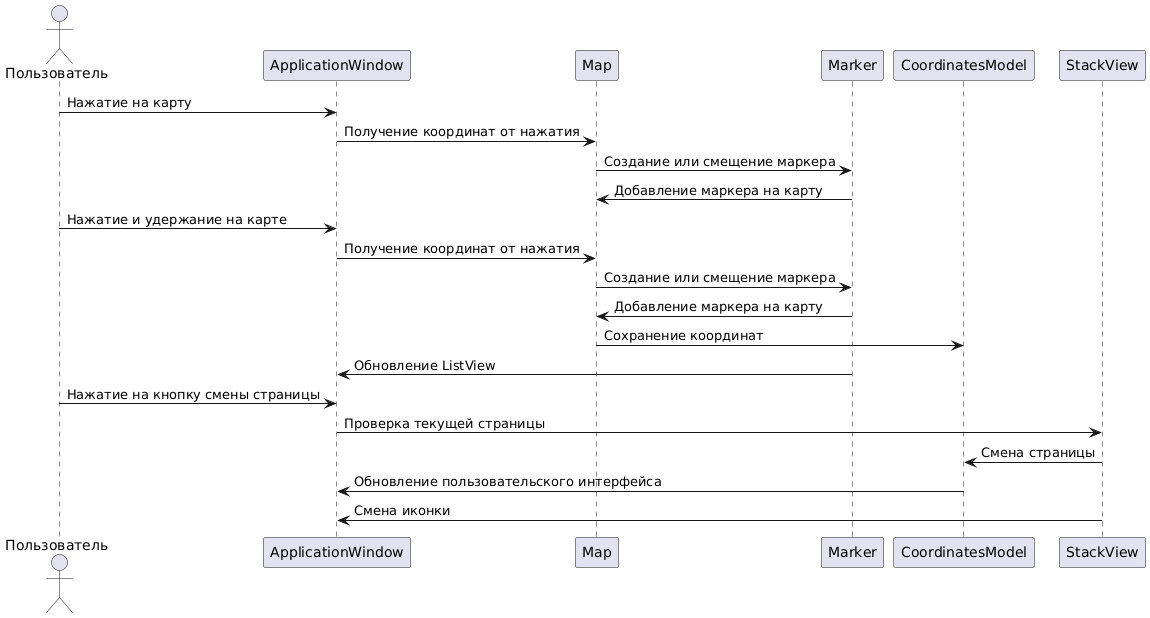
Earlier version of the PlantUML export diagrams/lab3.png (cyhed/Qt-Quick).
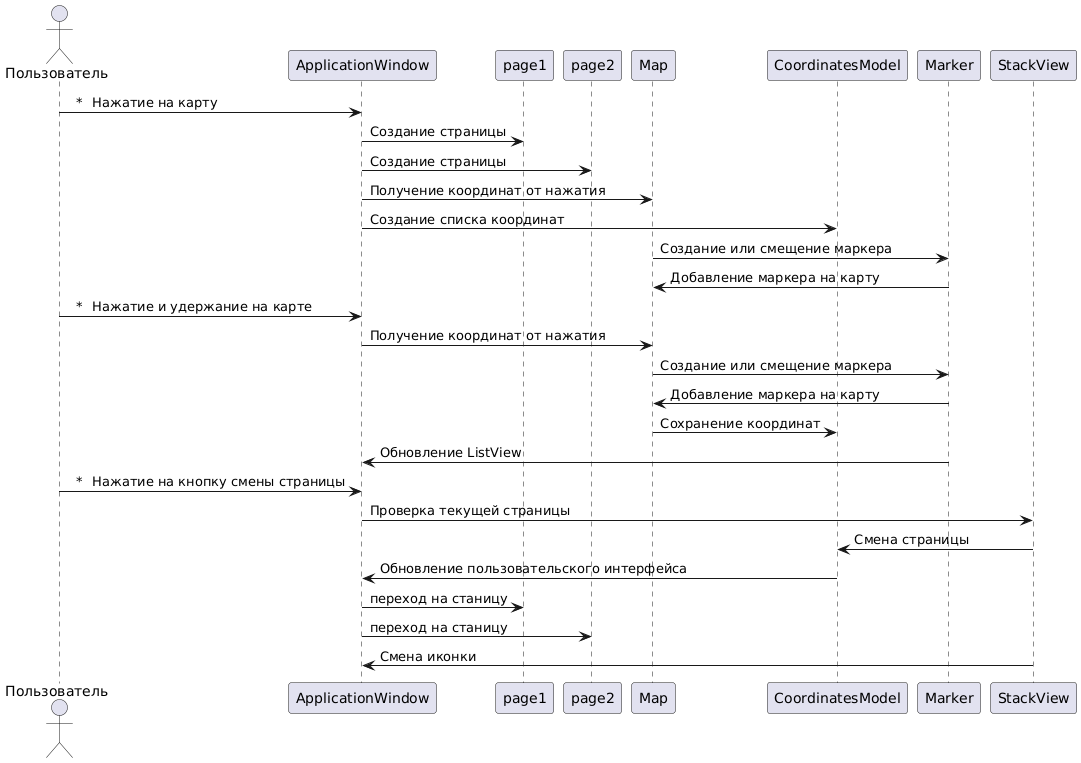
The same diagram one commit later.

Change to the diagram source:
```diff
@@ -1,27 +1,34 @@
 @startuml
 actor       Пользователь as user
 participant ApplicationWindow as ApplicationWindow
+participant page1 as page1
+participant page2 as page2
 participant Map as Map
+participant CoordinatesModel as CoordinatesModel
 participant Marker as Marker
-participant CoordinatesModel as CoordinatesModel
 participant StackView as StackView
 
 
-user -> ApplicationWindow :  Нажатие на карту
+user -> ApplicationWindow :  ⠀*⠀Нажатие на карту
+ApplicationWindow -> page1: Создание страницы
+ApplicationWindow -> page2: Создание страницы
 ApplicationWindow-> Map: Получение координат от нажатия
+ApplicationWindow-> CoordinatesModel: Создание списка координат
 Map-> Marker: Создание или смещение маркера
 Marker-> Map: Добавление маркера на карту
 
-user -> ApplicationWindow: Нажатие и удержание на карте
+user -> ApplicationWindow: ⠀*⠀Нажатие и удержание на карте
 ApplicationWindow-> Map: Получение координат от нажатия
 Map-> Marker: Создание или смещение маркера
 Marker-> Map: Добавление маркера на карту
 Map-> CoordinatesModel: Сохранение координат
 Marker-> ApplicationWindow: Обновление ListView
 
-user -> ApplicationWindow: Нажатие на кнопку смены страницы
+user -> ApplicationWindow: ⠀*⠀Нажатие на кнопку смены страницы
 ApplicationWindow-> StackView:  Проверка текущей страницы
 StackView-> CoordinatesModel:  Смена страницы
 CoordinatesModel-> ApplicationWindow:  Обновление пользовательского интерфейса
+ApplicationWindow -> page1: переход на станицу
+ApplicationWindow -> page2: переход на станицу
 StackView-> ApplicationWindow:   Смена иконки
 @enduml
```
